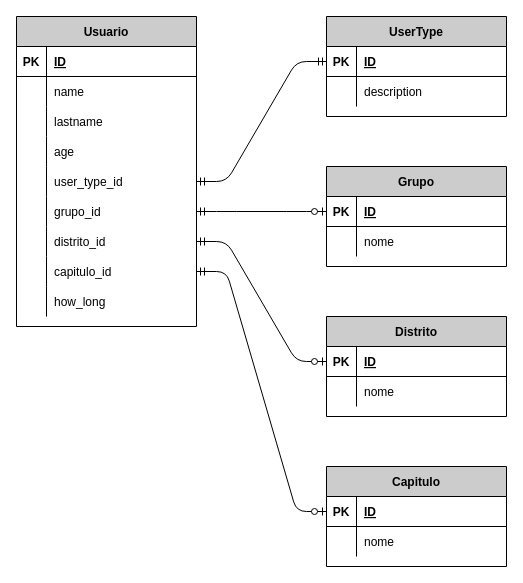
Before: sgi potugal extranet.drawio in marciojusto/extranet, a draw.io diagram. Source tidied: cells renumbered, new cells numbered last; positions are measured from the earlier drawing's top-left corner, leaving out a move shared by most shapes. Both pictures are drawn from the tidied source at 100%, with x=0, y=0 at pixel (16, 16).
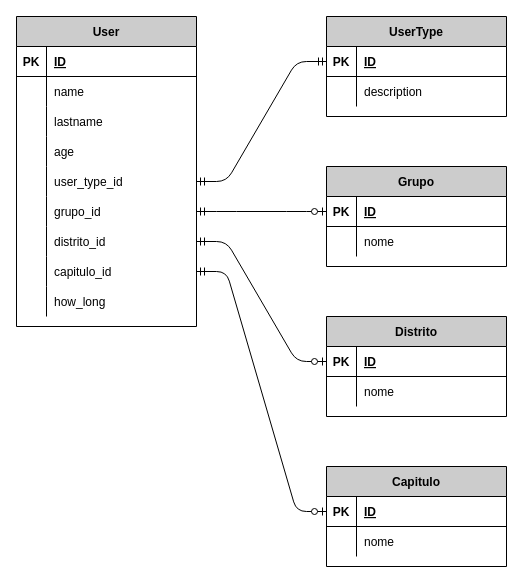
Above is the later version.

Commit message:
Changing Usuario to User

Diff of the diagram source:
```diff
@@
-    <mxCell id="2" value="Usuario" style="shape=table;startSize=30;childLayout=tableLayout;rowLines=0;fontStyle=1;align=center;fillColor=#CCCCCC;" parent="1" vertex="1">
+    <mxCell id="2" value="User" style="shape=table;startSize=30;childLayout=tableLayout;rowLines=0;fontStyle=1;align=center;fillColor=#CCCCCC;" parent="1" vertex="1">
       <mxGeometry width="180" height="310" as="geometry" />
     </mxCell>
```
